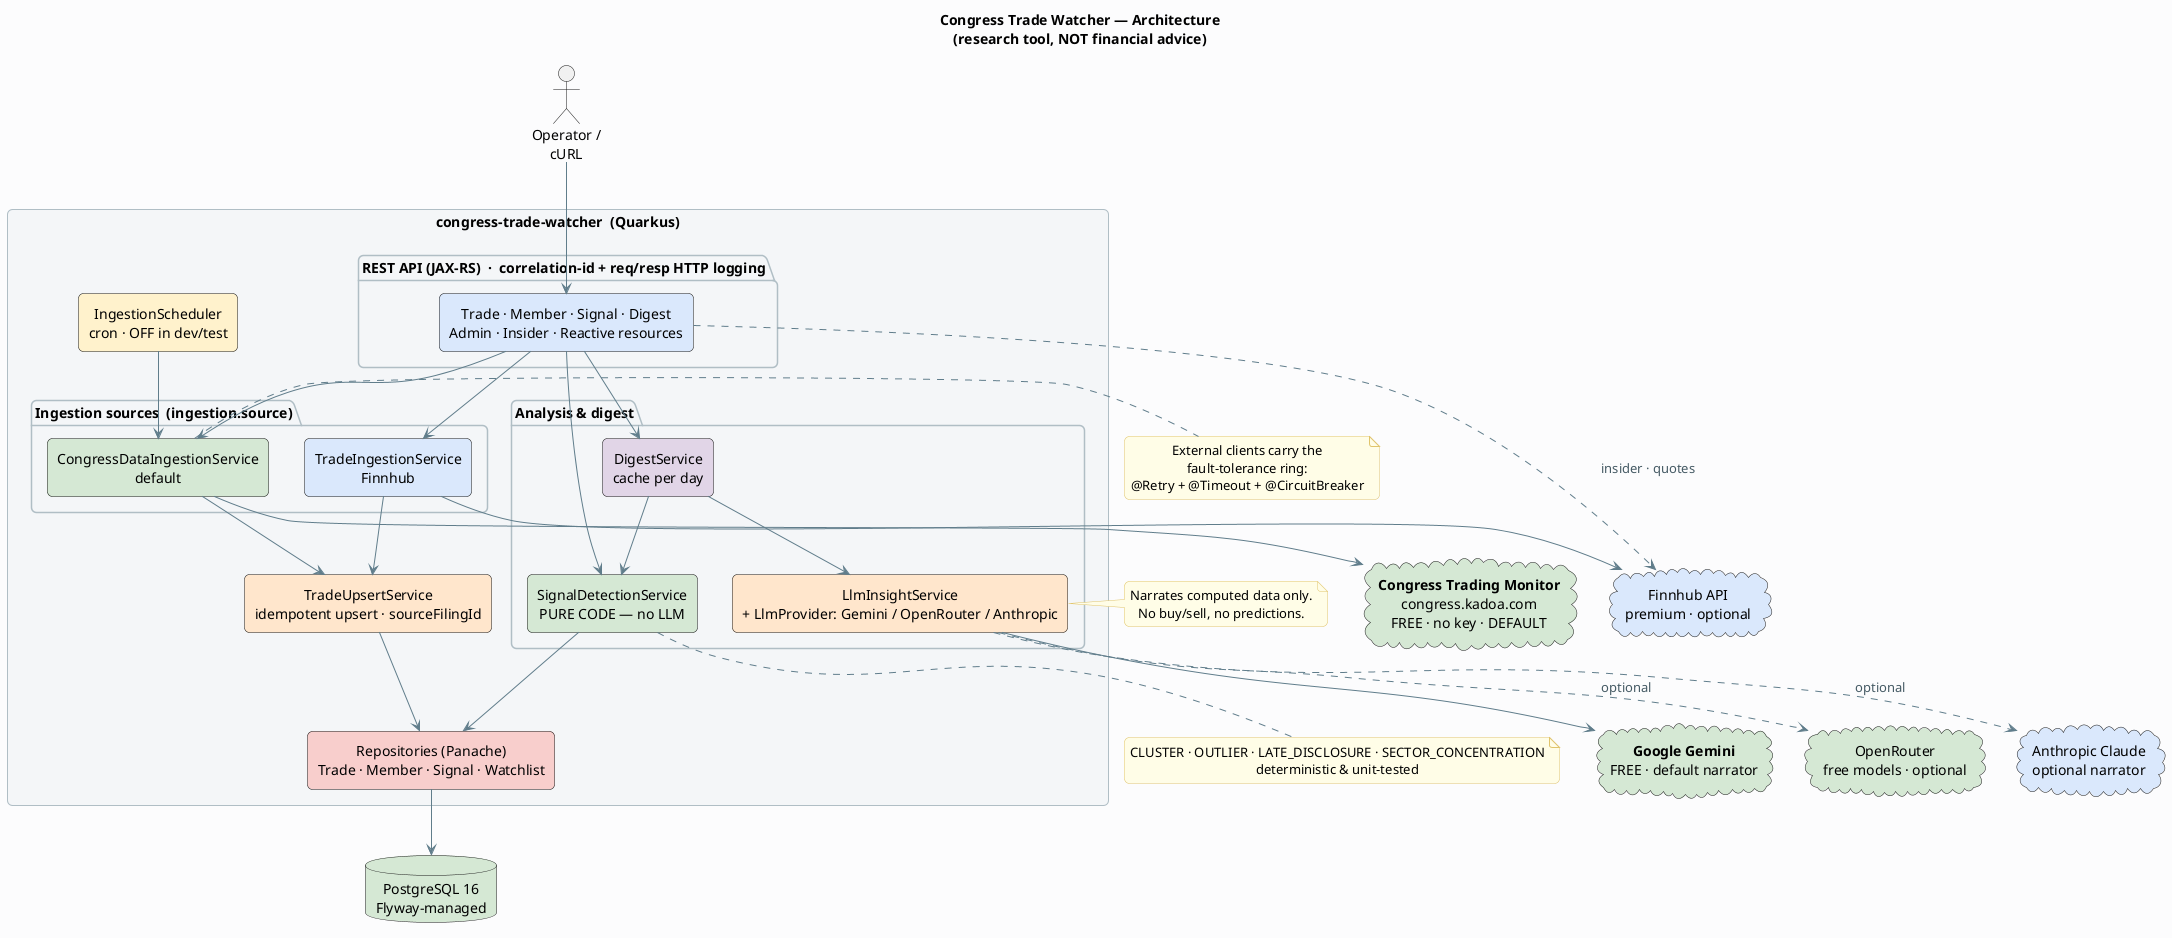
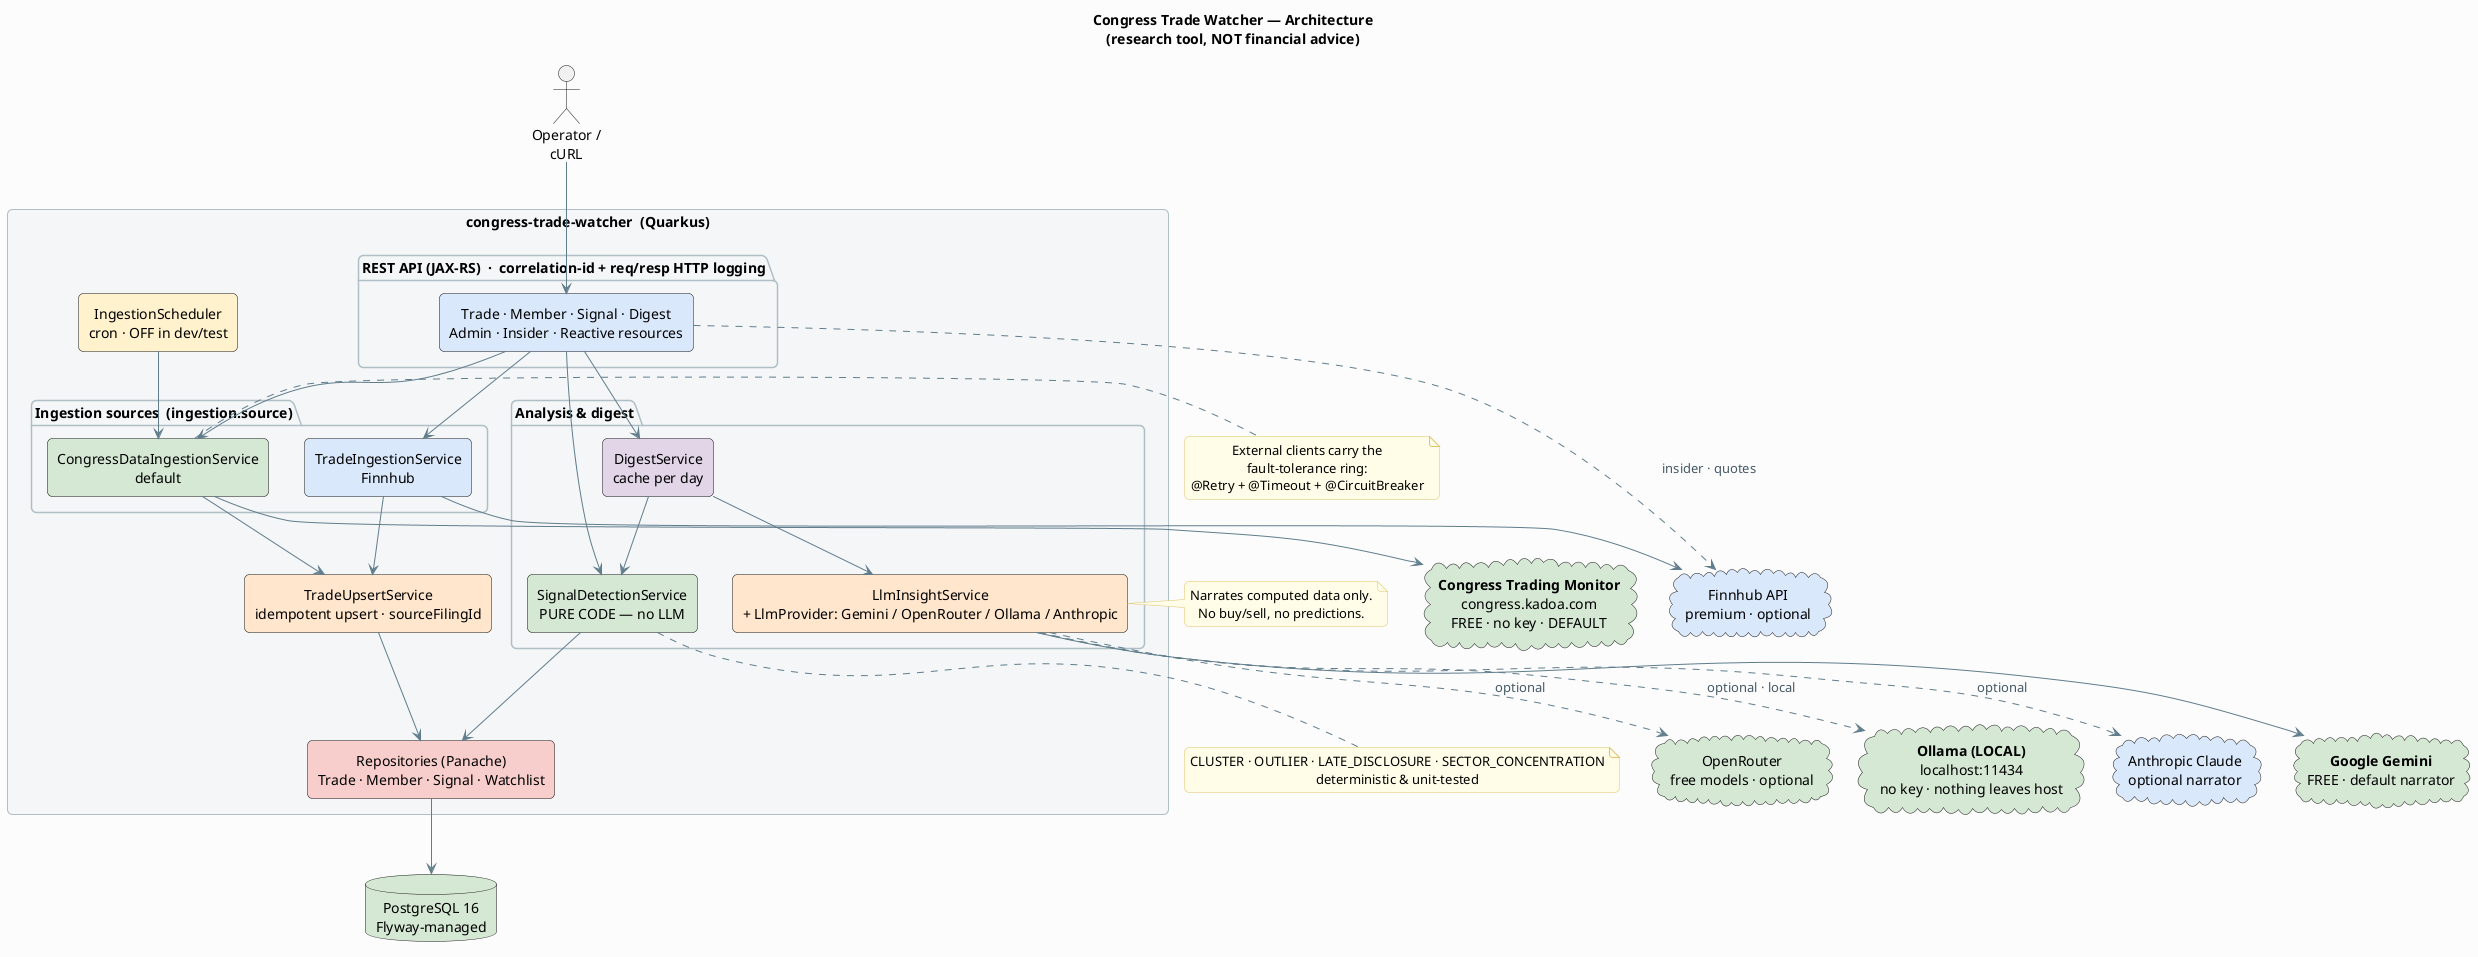
@startuml congress-trade-watcher
title Congress Trade Watcher — Architecture\n(research tool, NOT financial advice)

skinparam backgroundColor #FCFCFD
skinparam shadowing false
skinparam roundcorner 10
skinparam componentStyle rectangle
skinparam defaultTextAlignment center
skinparam ArrowColor #607D8B
skinparam ArrowFontColor #455A64
skinparam rectangleBorderColor #B0BEC5
skinparam packageBackgroundColor #F4F6F8
skinparam packageBorderColor #B0BEC5
skinparam noteBackgroundColor #FFFDE7
skinparam noteBorderColor #E0C46C

actor "Operator /\ncURL" as user

cloud "**Congress Trading Monitor**\ncongress.kadoa.com\nFREE · no key · DEFAULT" as congress #D5E8D4
cloud "Finnhub API\npremium · optional" as finnhub #DAE8FC
cloud "**Google Gemini**\nFREE · default narrator" as gemini #D5E8D4
cloud "OpenRouter\nfree models · optional" as openrouter #D5E8D4
+ cloud "**Ollama (LOCAL)**\nlocalhost:11434\nno key · nothing leaves host" as ollama #D5E8D4
cloud "Anthropic Claude\noptional narrator" as anthropic #DAE8FC
database "PostgreSQL 16\nFlyway-managed" as pg #D5E8D4

rectangle "congress-trade-watcher  (Quarkus)" {

  component "IngestionScheduler\ncron · OFF in dev/test" as scheduler #FFF2CC

  package "REST API (JAX-RS)  ·  correlation-id + req/resp HTTP logging" {
    component "Trade · Member · Signal · Digest\nAdmin · Insider · Reactive resources" as api #DAE8FC
  }

  package "Ingestion sources  (ingestion.source)" {
    component "CongressDataIngestionService\ndefault" as cong #D5E8D4
    component "TradeIngestionService\nFinnhub" as finn #DAE8FC
  }

  component "TradeUpsertService\nidempotent upsert · sourceFilingId" as upsert #FFE6CC

  package "Analysis & digest" {
    component "SignalDetectionService\nPURE CODE — no LLM" as detect #D5E8D4
    component "DigestService\ncache per day" as digest #E1D5E7
-     component "LlmInsightService\n+ LlmProvider: Gemini / OpenRouter / Anthropic" as llm #FFE6CC
+     component "LlmInsightService\n+ LlmProvider: Gemini / OpenRouter / Ollama / Anthropic" as llm #FFE6CC
  }

  component "Repositories (Panache)\nTrade · Member · Signal · Watchlist" as repos #F8CECC
}

user --> api
scheduler --> cong
api --> cong
api --> finn
api --> detect
api --> digest
api ..> finnhub : insider · quotes

cong --> congress
finn --> finnhub
cong --> upsert
finn --> upsert
upsert --> repos

digest --> detect
digest --> llm
llm --> gemini
llm ..> openrouter : optional
+ llm ..> ollama : optional · local
llm ..> anthropic : optional

detect --> repos
repos --> pg

note bottom of detect
  CLUSTER · OUTLIER · LATE_DISCLOSURE · SECTOR_CONCENTRATION
  deterministic & unit-tested
end note

note right of llm
  Narrates computed data only.
  No buy/sell, no predictions.
end note

note right of cong
  External clients carry the
  fault-tolerance ring:
  @Retry + @Timeout + @CircuitBreaker
end note
@enduml
